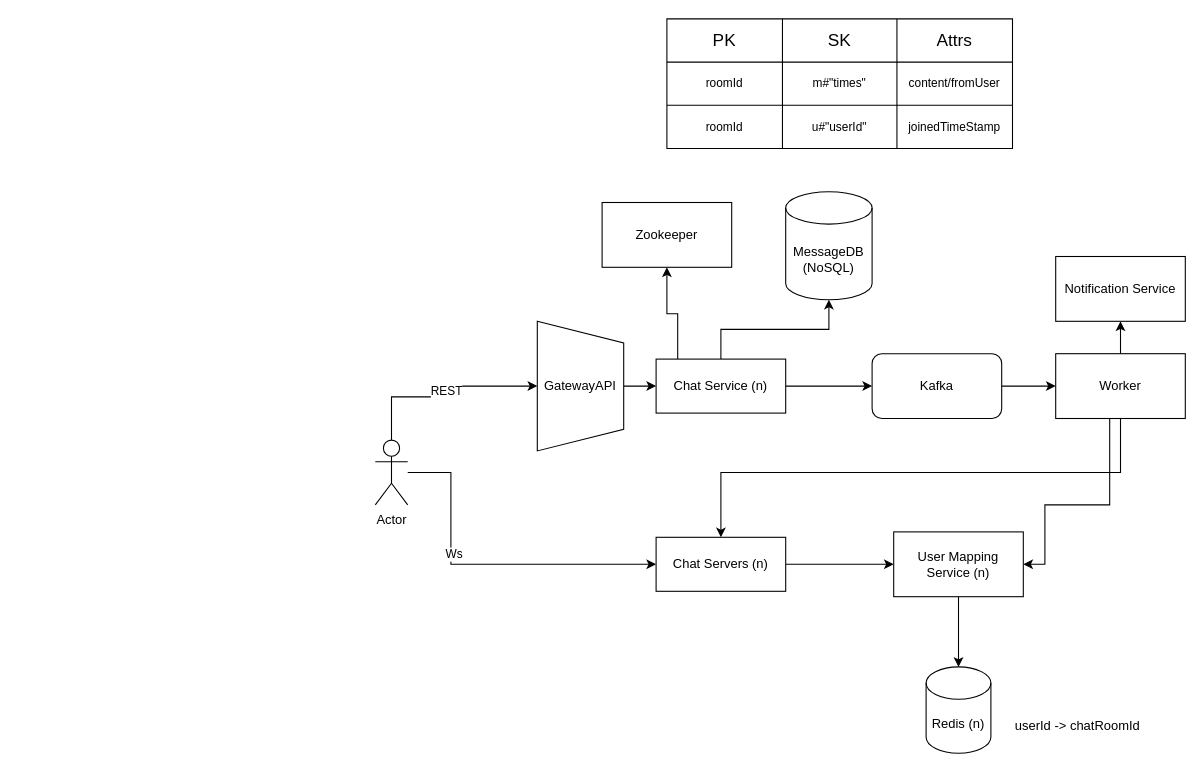
kal038/system-design-learn keeps this draw.io diagram as page "Chat_app_redraw" (3 of 3) of live_commenting.drawio. Above is the earlier version. Source tidied: cells renumbered, new cells numbered last; positions are measured from the earlier drawing's top-left corner, leaving out a move shared by most shapes. Both pictures are drawn from the tidied source at 108%, with x=0, y=0 at pixel (375, 18).
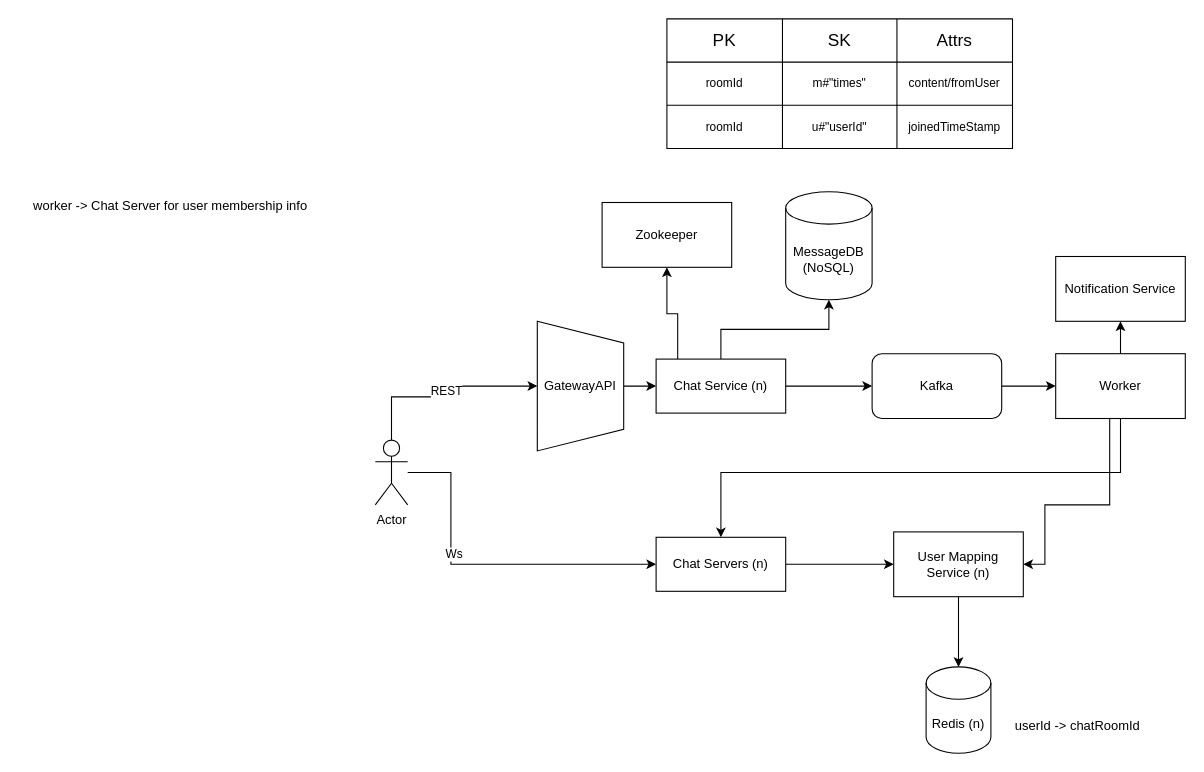
After the change.

The edit, as a diff of the source:
```diff
@@
+    <mxCell id="41" value="worker -&amp;gt; Chat Server for user membership info" style="text;html=1;align=center;verticalAlign=middle;strokeColor=none;fillColor=none;" parent="1" vertex="1">
+      <mxGeometry x="-330" y="158" width="280" height="30" as="geometry" />
+    </mxCell>
```
